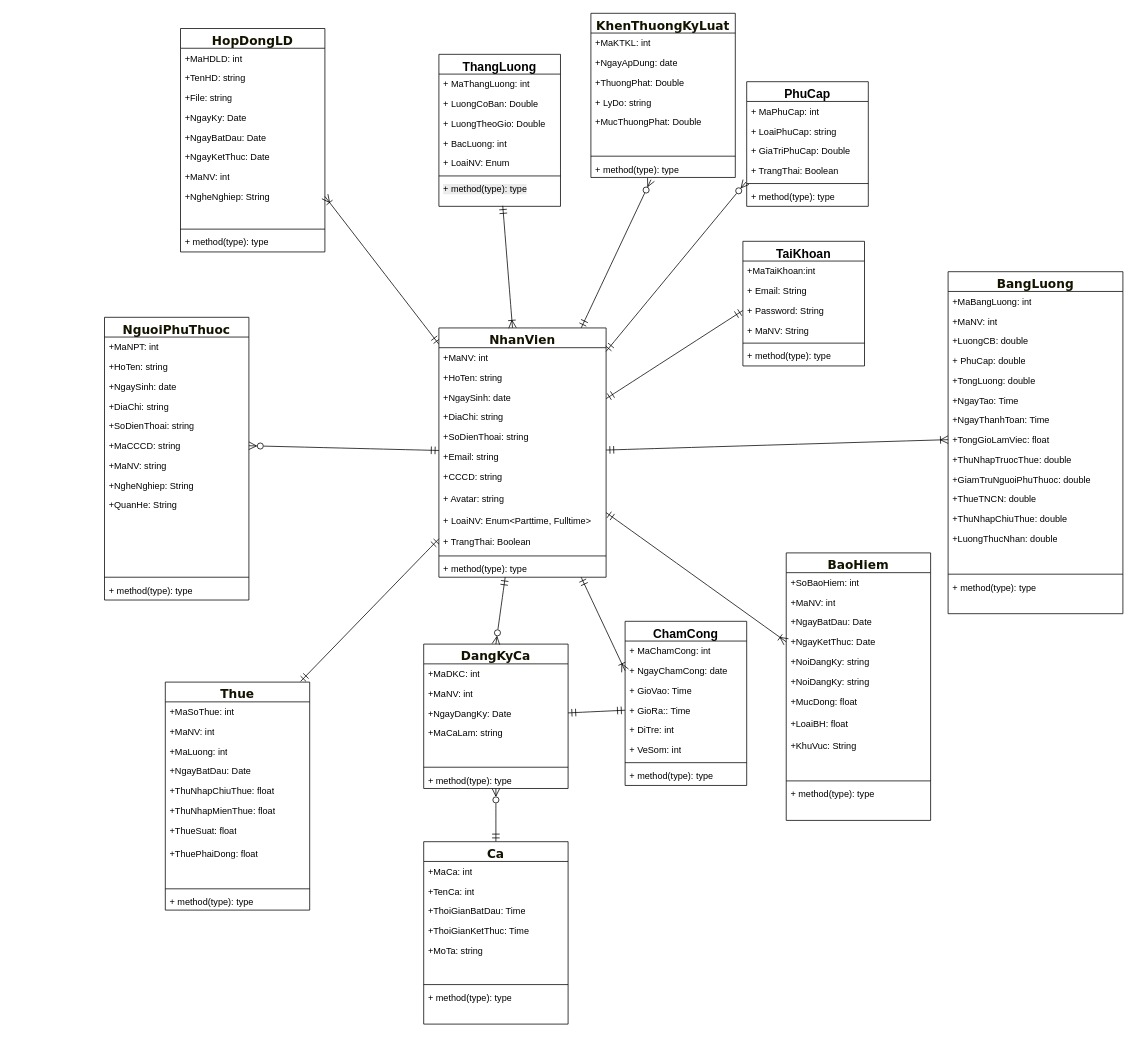
Above: Biểu đồ không có tiêu đề.drawio in NguyenMint/LVTN (draw.io), before the change. Source tidied: cells renumbered, new cells numbered last; positions are measured from the earlier drawing's top-left corner, leaving out a move shared by most shapes. Both pictures are drawn from the tidied source at 76%, with x=0, y=0 at pixel (104, 13).
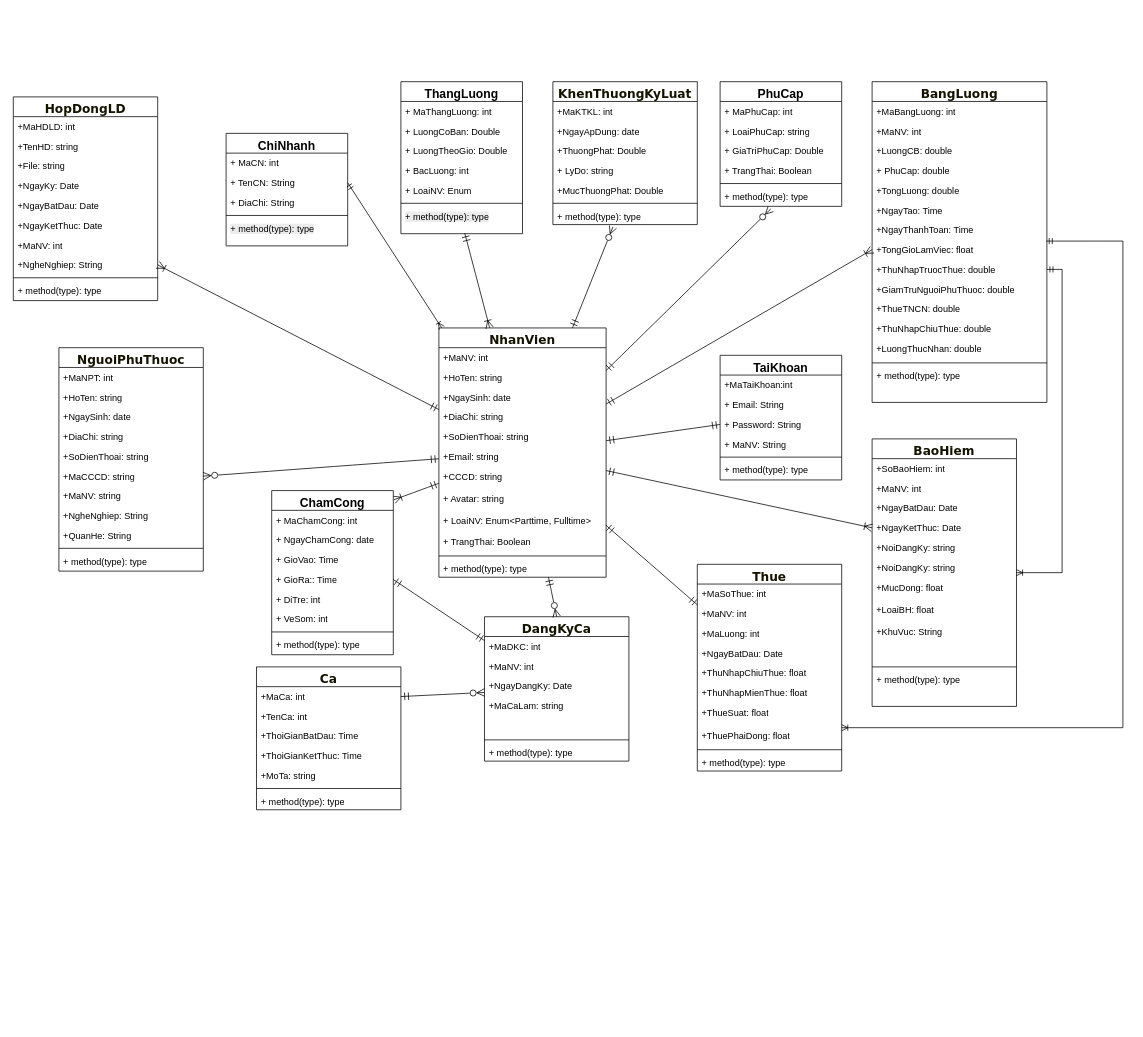
The same page after the edit.

Commit message:
Cập nhật Biểu đồ không có tiêu đề.drawio

Unchanged cells that the change refers to:
```xml
<mxCell id="7" value="&lt;span style=&quot;color: rgb(19, 19, 0); font-family: &amp;quot;trebuchet ms&amp;quot;, verdana, arial, sans-serif; font-size: 16px; text-wrap-mode: nowrap;&quot;&gt;NhanVien&lt;/span&gt;" style="swimlane;fontStyle=1;align=center;verticalAlign=top;horizontal=1;startSize=26;whiteSpace=wrap;html=1;swimlaneLine=1;" parent="1" vertex="1">
  <mxGeometry x="440" y="414" width="220" height="328" as="geometry" />
</mxCell>
<mxCell id="60" value="+ TrangThai: Boolean" style="text;strokeColor=none;fillColor=none;align=left;verticalAlign=top;spacingLeft=4;spacingRight=4;overflow=hidden;points=[[0,0.5],[1,0.5]];portConstraint=eastwest;whiteSpace=wrap;html=1;" parent="56" vertex="1">
  <mxGeometry y="104" width="160" height="26" as="geometry" />
</mxCell>
<mxCell id="62" value="+ method(type): type" style="text;strokeColor=none;fillColor=none;align=left;verticalAlign=top;spacingLeft=4;spacingRight=4;overflow=hidden;points=[[0,0.5],[1,0.5]];portConstraint=eastwest;whiteSpace=wrap;html=1;" parent="56" vertex="1">
  <mxGeometry y="138" width="160" height="26" as="geometry" />
</mxCell>
<mxCell id="108" value="+MaCa: int" style="text;strokeColor=none;fillColor=none;align=left;verticalAlign=top;spacingLeft=4;spacingRight=4;overflow=hidden;points=[[0,0.5],[1,0.5]];portConstraint=eastwest;whiteSpace=wrap;html=1;" parent="107" vertex="1">
  <mxGeometry y="26" width="190" height="26" as="geometry" />
</mxCell>
<mxCell id="125" value="+TongGioLamViec: float" style="text;strokeColor=none;fillColor=none;align=left;verticalAlign=top;spacingLeft=4;spacingRight=4;overflow=hidden;points=[[0,0.5],[1,0.5]];portConstraint=eastwest;whiteSpace=wrap;html=1;" parent="117" vertex="1">
  <mxGeometry y="208" width="230" height="26" as="geometry" />
</mxCell>
<mxCell id="126" value="+ThuNhapTruocThue: double" style="text;strokeColor=none;fillColor=none;align=left;verticalAlign=top;spacingLeft=4;spacingRight=4;overflow=hidden;points=[[0,0.5],[1,0.5]];portConstraint=eastwest;whiteSpace=wrap;html=1;" parent="117" vertex="1">
  <mxGeometry y="234" width="230" height="26" as="geometry" />
</mxCell>
<mxCell id="137" value="+ NgayChamCong: date&lt;div&gt;&lt;br&gt;&lt;/div&gt;" style="text;strokeColor=none;fillColor=none;align=left;verticalAlign=top;spacingLeft=4;spacingRight=4;overflow=hidden;points=[[0,0.5],[1,0.5]];portConstraint=eastwest;whiteSpace=wrap;html=1;" parent="135" vertex="1">
  <mxGeometry y="52" width="160" height="26" as="geometry" />
</mxCell>
<mxCell id="139" value="+ GioRa:: Time&lt;div&gt;&lt;br&gt;&lt;/div&gt;" style="text;strokeColor=none;fillColor=none;align=left;verticalAlign=top;spacingLeft=4;spacingRight=4;overflow=hidden;points=[[0,0.5],[1,0.5]];portConstraint=eastwest;whiteSpace=wrap;html=1;" parent="135" vertex="1">
  <mxGeometry y="104" width="160" height="26" as="geometry" />
</mxCell>
```

The edit, as a diff of the source:
```diff
@@
-    <mxCell id="5" style="edgeStyle=none;curved=1;rounded=0;jettySize=auto;html=1;entryX=0;entryY=0.5;entryDx=0;entryDy=0;fontSize=12;startSize=8;endSize=8;endArrow=ERoneToMany;endFill=0;startArrow=ERmandOne;startFill=0;" parent="1" edge="1" source="7" target="137">
+    <mxCell id="5" style="edgeStyle=none;curved=1;rounded=0;jettySize=auto;html=1;entryX=1.005;entryY=0.056;entryDx=0;entryDy=0;fontSize=12;startSize=8;endSize=8;endArrow=ERoneToMany;endFill=0;startArrow=ERmandOne;startFill=0;entryPerimeter=0;" parent="1" edge="1" source="7" target="135">
       <mxGeometry relative="1" as="geometry" />
     </mxCell>
@@
     <mxCell id="20" value="&lt;span style=&quot;color: rgb(19, 19, 0); font-family: &amp;quot;trebuchet ms&amp;quot;, verdana, arial, sans-serif; font-size: 16px; text-wrap-mode: nowrap;&quot;&gt;NguoiPhuThuoc&lt;/span&gt;" style="swimlane;fontStyle=1;align=center;verticalAlign=top;horizontal=1;startSize=26;whiteSpace=wrap;html=1;" parent="1" vertex="1">
-      <mxGeometry y="400" width="190" height="372" as="geometry" />
+      <mxGeometry x="-60" y="440" width="190" height="294" as="geometry" />
     </mxCell>
@@
-    <mxCell id="30" style="text;strokeColor=none;fillColor=none;align=left;verticalAlign=top;spacingLeft=4;spacingRight=4;overflow=hidden;whiteSpace=wrap;html=1;" parent="20" vertex="1">
-      <mxGeometry y="260" width="190" height="26" as="geometry" />
-    </mxCell>
-    <mxCell id="31" style="text;strokeColor=none;fillColor=none;align=left;verticalAlign=top;spacingLeft=4;spacingRight=4;overflow=hidden;whiteSpace=wrap;html=1;" parent="20" vertex="1">
-      <mxGeometry y="286" width="190" height="26" as="geometry" />
-    </mxCell>
-    <mxCell id="32" style="text;strokeColor=none;fillColor=none;align=left;verticalAlign=top;spacingLeft=4;spacingRight=4;overflow=hidden;whiteSpace=wrap;html=1;" parent="20" vertex="1">
-      <mxGeometry y="312" width="190" height="26" as="geometry" />
-    </mxCell>
     <mxCell id="33" style="line;strokeWidth=1;fillColor=none;align=left;verticalAlign=middle;spacingTop=-1;spacingLeft=3;spacingRight=3;labelPosition=right;strokeColor=inherit;" parent="20" vertex="1">
-      <mxGeometry y="338" width="190" height="8" as="geometry" />
+      <mxGeometry y="260" width="190" height="8" as="geometry" />
     </mxCell>
     <mxCell id="34" value="+ method(type): type" style="text;strokeColor=none;fillColor=none;align=left;verticalAlign=top;spacingLeft=4;spacingRight=4;overflow=hidden;whiteSpace=wrap;html=1;" parent="20" vertex="1">
-      <mxGeometry y="346" width="190" height="26" as="geometry" />
+      <mxGeometry y="268" width="190" height="26" as="geometry" />
     </mxCell>
     <mxCell id="35" value="&lt;span style=&quot;color: rgb(19, 19, 0); font-family: &amp;quot;trebuchet ms&amp;quot;, verdana, arial, sans-serif; font-size: 16px; text-wrap-mode: nowrap;&quot;&gt;HopDongLD&lt;/span&gt;" style="swimlane;fontStyle=1;align=center;verticalAlign=top;horizontal=1;startSize=26;whiteSpace=wrap;html=1;" parent="1" vertex="1">
-      <mxGeometry x="100" y="20" width="190" height="294" as="geometry" />
+      <mxGeometry x="-120" y="110" width="190" height="268" as="geometry" />
     </mxCell>
@@
-    <mxCell id="44" style="text;strokeColor=none;fillColor=none;align=left;verticalAlign=top;spacingLeft=4;spacingRight=4;overflow=hidden;whiteSpace=wrap;html=1;" parent="35" vertex="1">
-      <mxGeometry y="234" width="190" height="26" as="geometry" />
-    </mxCell>
     <mxCell id="45" style="line;strokeWidth=1;fillColor=none;align=left;verticalAlign=middle;spacingTop=-1;spacingLeft=3;spacingRight=3;labelPosition=right;strokeColor=inherit;" parent="35" vertex="1">
-      <mxGeometry y="260" width="190" height="8" as="geometry" />
+      <mxGeometry y="234" width="190" height="8" as="geometry" />
     </mxCell>
     <mxCell id="46" value="+ method(type): type" style="text;strokeColor=none;fillColor=none;align=left;verticalAlign=top;spacingLeft=4;spacingRight=4;overflow=hidden;whiteSpace=wrap;html=1;" parent="35" vertex="1">
-      <mxGeometry y="268" width="190" height="26" as="geometry" />
+      <mxGeometry y="242" width="190" height="26" as="geometry" />
     </mxCell>
     <mxCell id="47" value="&lt;font face=&quot;trebuchet ms, verdana, arial, sans-serif&quot; color=&quot;#131300&quot;&gt;&lt;span style=&quot;font-size: 16px; text-wrap-mode: nowrap;&quot;&gt;KhenThuongKyLuat&lt;/span&gt;&lt;/font&gt;" style="swimlane;fontStyle=1;align=center;verticalAlign=top;horizontal=1;startSize=26;whiteSpace=wrap;html=1;" parent="1" vertex="1">
-      <mxGeometry x="640" width="190" height="216" as="geometry" />
+      <mxGeometry x="590" y="90" width="190" height="188" as="geometry" />
     </mxCell>
@@
-    <mxCell id="53" style="text;strokeColor=none;fillColor=none;align=left;verticalAlign=top;spacingLeft=4;spacingRight=4;overflow=hidden;whiteSpace=wrap;html=1;" parent="47" vertex="1">
-      <mxGeometry y="156" width="190" height="28" as="geometry" />
-    </mxCell>
     <mxCell id="54" style="line;strokeWidth=1;fillColor=none;align=left;verticalAlign=middle;spacingTop=-1;spacingLeft=3;spacingRight=3;labelPosition=right;strokeColor=inherit;" parent="47" vertex="1">
-      <mxGeometry y="184" width="190" height="8" as="geometry" />
+      <mxGeometry y="156" width="190" height="8" as="geometry" />
     </mxCell>
     <mxCell id="55" value="+ method(type): type" style="text;strokeColor=none;fillColor=none;align=left;verticalAlign=top;spacingLeft=4;spacingRight=4;overflow=hidden;points=[[0,0.5],[1,0.5]];portConstraint=eastwest;whiteSpace=wrap;html=1;" parent="47" vertex="1">
-      <mxGeometry y="192" width="190" height="24" as="geometry" />
+      <mxGeometry y="164" width="190" height="24" as="geometry" />
     </mxCell>
     <mxCell id="56" value="&lt;font style=&quot;font-size: 16px;&quot;&gt;PhuCap&lt;/font&gt;" style="swimlane;fontStyle=1;align=center;verticalAlign=top;horizontal=1;startSize=26;whiteSpace=wrap;html=1;" parent="1" vertex="1">
-      <mxGeometry x="845" y="90" width="160" height="164" as="geometry" />
+      <mxGeometry x="810" y="90" width="160" height="164" as="geometry" />
     </mxCell>
@@
     <mxCell id="63" value="&lt;font style=&quot;font-size: 16px;&quot;&gt;ThangLuong&lt;/font&gt;" style="swimlane;fontStyle=1;align=center;verticalAlign=top;horizontal=1;startSize=26;whiteSpace=wrap;html=1;" parent="1" vertex="1">
-      <mxGeometry x="440" y="54" width="160" height="200" as="geometry" />
+      <mxGeometry x="390" y="90" width="160" height="200" as="geometry" />
     </mxCell>
@@
     <mxCell id="71" value="&lt;span style=&quot;color: rgb(19, 19, 0); font-family: &amp;quot;trebuchet ms&amp;quot;, verdana, arial, sans-serif; font-size: 16px; text-wrap-mode: nowrap;&quot;&gt;Thue&lt;/span&gt;" style="swimlane;fontStyle=1;align=center;verticalAlign=top;horizontal=1;startSize=26;whiteSpace=wrap;html=1;" parent="1" vertex="1">
-      <mxGeometry x="80" y="880" width="190" height="300" as="geometry" />
+      <mxGeometry x="780" y="725" width="190" height="272" as="geometry" />
     </mxCell>
@@
-    <mxCell id="80" style="text;strokeColor=none;fillColor=none;align=left;verticalAlign=top;spacingLeft=4;spacingRight=4;overflow=hidden;whiteSpace=wrap;html=1;" parent="71" vertex="1">
-      <mxGeometry y="240" width="190" height="28" as="geometry" />
-    </mxCell>
     <mxCell id="81" style="line;strokeWidth=1;fillColor=none;align=left;verticalAlign=middle;spacingTop=-1;spacingLeft=3;spacingRight=3;labelPosition=right;strokeColor=inherit;" parent="71" vertex="1">
-      <mxGeometry y="268" width="190" height="8" as="geometry" />
+      <mxGeometry y="240" width="190" height="8" as="geometry" />
     </mxCell>
     <mxCell id="82" value="+ method(type): type" style="text;strokeColor=none;fillColor=none;align=left;verticalAlign=top;spacingLeft=4;spacingRight=4;overflow=hidden;whiteSpace=wrap;html=1;" parent="71" vertex="1">
-      <mxGeometry y="276" width="190" height="24" as="geometry" />
+      <mxGeometry y="248" width="190" height="24" as="geometry" />
     </mxCell>
+    <mxCell id="157" style="edgeStyle=orthogonalEdgeStyle;rounded=0;jettySize=auto;html=1;entryX=1;entryY=0.5;entryDx=0;entryDy=0;endArrow=ERmandOne;endFill=0;startArrow=ERoneToMany;startFill=0;" parent="1" edge="1" source="83" target="126">
+      <mxGeometry relative="1" as="geometry">
+        <Array as="points">
+          <mxPoint x="1260" y="736" />
+          <mxPoint x="1260" y="337" />
+        </Array>
+      </mxGeometry>
+    </mxCell>
     <mxCell id="83" value="&lt;span style=&quot;color: rgb(19, 19, 0); font-family: &amp;quot;trebuchet ms&amp;quot;, verdana, arial, sans-serif; font-size: 16px; text-wrap-mode: nowrap;&quot;&gt;BaoHiem&lt;/span&gt;" style="swimlane;fontStyle=1;align=center;verticalAlign=top;horizontal=1;startSize=26;whiteSpace=wrap;html=1;" parent="1" vertex="1">
-      <mxGeometry x="897" y="710" width="190" height="352" as="geometry" />
+      <mxGeometry x="1010" y="560" width="190" height="352" as="geometry" />
     </mxCell>
@@
-    <mxCell id="97" style="edgeStyle=none;curved=1;rounded=0;jettySize=auto;html=1;entryX=0.5;entryY=0;entryDx=0;entryDy=0;fontSize=12;startSize=8;endSize=8;endArrow=ERmandOne;endFill=0;startArrow=ERzeroToMany;startFill=0;" parent="1" edge="1" source="99" target="107">
+    <mxCell id="97" style="edgeStyle=none;curved=1;rounded=0;jettySize=auto;html=1;entryX=1;entryY=0.5;entryDx=0;entryDy=0;fontSize=12;startSize=8;endSize=8;endArrow=ERmandOne;endFill=0;startArrow=ERzeroToMany;startFill=0;" parent="1" edge="1" source="99" target="108">
       <mxGeometry relative="1" as="geometry" />
     </mxCell>
-    <mxCell id="98" style="edgeStyle=none;curved=1;rounded=0;jettySize=auto;html=1;entryX=0;entryY=0.5;entryDx=0;entryDy=0;fontSize=12;startSize=8;endSize=8;endArrow=ERmandOne;endFill=0;startArrow=ERmandOne;startFill=0;" parent="1" edge="1" source="99" target="139">
+    <mxCell id="98" style="edgeStyle=none;curved=1;rounded=0;jettySize=auto;html=1;entryX=1;entryY=0.5;entryDx=0;entryDy=0;fontSize=12;startSize=8;endSize=8;endArrow=ERmandOne;endFill=0;startArrow=ERmandOne;startFill=0;" parent="1" edge="1" source="99" target="139">
       <mxGeometry relative="1" as="geometry" />
     </mxCell>
     <mxCell id="99" value="&lt;span style=&quot;color: rgb(19, 19, 0); font-family: &amp;quot;trebuchet ms&amp;quot;, verdana, arial, sans-serif; font-size: 16px; text-wrap-mode: nowrap;&quot;&gt;DangKyCa&lt;/span&gt;&lt;div&gt;&lt;span style=&quot;color: rgb(19, 19, 0); font-family: &amp;quot;trebuchet ms&amp;quot;, verdana, arial, sans-serif; font-size: 16px; text-wrap-mode: nowrap;&quot;&gt;&lt;br&gt;&lt;/span&gt;&lt;/div&gt;" style="swimlane;fontStyle=1;align=center;verticalAlign=top;horizontal=1;startSize=26;whiteSpace=wrap;html=1;" parent="1" vertex="1">
-      <mxGeometry x="420" y="830" width="190" height="190" as="geometry" />
+      <mxGeometry x="500" y="794" width="190" height="190" as="geometry" />
     </mxCell>
@@
     <mxCell id="107" value="&lt;div&gt;&lt;span style=&quot;color: rgb(19, 19, 0); font-family: &amp;quot;trebuchet ms&amp;quot;, verdana, arial, sans-serif; font-size: 16px; text-wrap-mode: nowrap;&quot;&gt;Ca&lt;/span&gt;&lt;/div&gt;" style="swimlane;fontStyle=1;align=center;verticalAlign=top;horizontal=1;startSize=26;whiteSpace=wrap;html=1;" parent="1" vertex="1">
-      <mxGeometry x="420" y="1090" width="190" height="240" as="geometry" />
+      <mxGeometry x="200" y="860" width="190" height="188" as="geometry" />
     </mxCell>
@@
-    <mxCell id="113" style="text;strokeColor=none;fillColor=none;align=left;verticalAlign=top;spacingLeft=4;spacingRight=4;overflow=hidden;whiteSpace=wrap;html=1;" parent="107" vertex="1">
-      <mxGeometry y="156" width="190" height="28" as="geometry" />
-    </mxCell>
     <mxCell id="114" style="line;strokeWidth=1;fillColor=none;align=left;verticalAlign=middle;spacingTop=-1;spacingLeft=3;spacingRight=3;labelPosition=right;strokeColor=inherit;" parent="107" vertex="1">
-      <mxGeometry y="184" width="190" height="8" as="geometry" />
+      <mxGeometry y="156" width="190" height="8" as="geometry" />
     </mxCell>
     <mxCell id="115" value="+ method(type): type" style="text;strokeColor=none;fillColor=none;align=left;verticalAlign=top;spacingLeft=4;spacingRight=4;overflow=hidden;whiteSpace=wrap;html=1;" parent="107" vertex="1">
-      <mxGeometry y="192" width="190" height="24" as="geometry" />
+      <mxGeometry y="164" width="190" height="24" as="geometry" />
     </mxCell>
-    <mxCell id="116" style="text;strokeColor=none;fillColor=none;align=left;verticalAlign=top;spacingLeft=4;spacingRight=4;overflow=hidden;whiteSpace=wrap;html=1;" parent="107" vertex="1">
-      <mxGeometry y="216" width="190" height="24" as="geometry" />
-    </mxCell>
     <mxCell id="117" value="&lt;div&gt;&lt;span style=&quot;color: rgb(19, 19, 0); font-family: &amp;quot;trebuchet ms&amp;quot;, verdana, arial, sans-serif; font-size: 16px; text-wrap-mode: nowrap;&quot;&gt;BangLuong&lt;/span&gt;&lt;/div&gt;&lt;div&gt;&lt;span style=&quot;color: rgb(19, 19, 0); font-family: &amp;quot;trebuchet ms&amp;quot;, verdana, arial, sans-serif; font-size: 16px; text-wrap-mode: nowrap;&quot;&gt;&lt;br&gt;&lt;/span&gt;&lt;/div&gt;" style="swimlane;fontStyle=1;align=center;verticalAlign=top;horizontal=1;startSize=26;whiteSpace=wrap;html=1;" parent="1" vertex="1">
-      <mxGeometry x="1110" y="340" width="230" height="450" as="geometry" />
+      <mxGeometry x="1010" y="90" width="230" height="422" as="geometry" />
     </mxCell>
@@
-    <mxCell id="131" style="text;strokeColor=none;fillColor=none;align=left;verticalAlign=top;spacingLeft=4;spacingRight=4;overflow=hidden;whiteSpace=wrap;html=1;" parent="117" vertex="1">
-      <mxGeometry y="366" width="230" height="28" as="geometry" />
-    </mxCell>
     <mxCell id="132" style="line;strokeWidth=1;fillColor=none;align=left;verticalAlign=middle;spacingTop=-1;spacingLeft=3;spacingRight=3;labelPosition=right;strokeColor=inherit;" parent="117" vertex="1">
-      <mxGeometry y="394" width="230" height="8" as="geometry" />
+      <mxGeometry y="366" width="230" height="8" as="geometry" />
     </mxCell>
     <mxCell id="133" value="+ method(type): type" style="text;strokeColor=none;fillColor=none;align=left;verticalAlign=top;spacingLeft=4;spacingRight=4;overflow=hidden;whiteSpace=wrap;html=1;" parent="117" vertex="1">
-      <mxGeometry y="402" width="230" height="24" as="geometry" />
+      <mxGeometry y="374" width="230" height="24" as="geometry" />
     </mxCell>
     <mxCell id="134" style="text;strokeColor=none;fillColor=none;align=left;verticalAlign=top;spacingLeft=4;spacingRight=4;overflow=hidden;whiteSpace=wrap;html=1;" parent="117" vertex="1">
-      <mxGeometry y="426" width="230" height="24" as="geometry" />
+      <mxGeometry y="398" width="230" height="24" as="geometry" />
     </mxCell>
     <mxCell id="135" value="&lt;font style=&quot;font-size: 16px;&quot;&gt;ChamCong&lt;/font&gt;" style="swimlane;fontStyle=1;align=center;verticalAlign=top;horizontal=1;startSize=26;whiteSpace=wrap;html=1;" parent="1" vertex="1">
-      <mxGeometry x="685" y="800" width="160" height="216" as="geometry" />
+      <mxGeometry x="220" y="628" width="160" height="216" as="geometry" />
     </mxCell>
@@
     <mxCell id="144" value="&lt;font style=&quot;font-size: 16px;&quot;&gt;TaiKhoan&lt;/font&gt;" style="swimlane;fontStyle=1;align=center;verticalAlign=top;horizontal=1;startSize=26;whiteSpace=wrap;html=1;" parent="1" vertex="1">
-      <mxGeometry x="840" y="300" width="160" height="164" as="geometry" />
+      <mxGeometry x="810" y="450" width="160" height="164" as="geometry" />
     </mxCell>
@@
-    <mxCell id="153" style="edgeStyle=none;curved=1;rounded=0;jettySize=auto;html=1;entryX=-0.006;entryY=1.077;entryDx=0;entryDy=0;entryPerimeter=0;fontSize=12;startSize=8;endSize=8;endArrow=ERzeroToMany;endFill=0;startArrow=ERmandOne;startFill=0;" parent="1" edge="1" source="7" target="60">
+    <mxCell id="153" style="edgeStyle=none;curved=1;rounded=0;jettySize=auto;html=1;entryX=0.417;entryY=1.129;entryDx=0;entryDy=0;entryPerimeter=0;fontSize=12;startSize=8;endSize=8;endArrow=ERzeroToMany;endFill=0;startArrow=ERmandOne;startFill=0;" parent="1" edge="1" source="7" target="62">
       <mxGeometry relative="1" as="geometry" />
     </mxCell>
@@
-    <mxCell id="156" style="edgeStyle=none;curved=1;rounded=0;jettySize=auto;html=1;entryX=0.937;entryY=-0.003;entryDx=0;entryDy=0;entryPerimeter=0;fontSize=12;startSize=8;endSize=8;endArrow=ERmandOne;endFill=0;startArrow=ERmandOne;startFill=0;" parent="1" edge="1" source="7" target="71">
+    <mxCell id="156" style="edgeStyle=none;curved=1;rounded=0;jettySize=auto;html=1;fontSize=12;startSize=8;endSize=8;endArrow=ERmandOne;endFill=0;startArrow=ERmandOne;startFill=0;" parent="1" edge="1" source="7" target="71">
       <mxGeometry relative="1" as="geometry" />
     </mxCell>
+    <mxCell id="158" value="&lt;font style=&quot;font-size: 16px;&quot;&gt;ChiNhanh&lt;/font&gt;" style="swimlane;fontStyle=1;align=center;verticalAlign=top;horizontal=1;startSize=26;whiteSpace=wrap;html=1;" parent="1" vertex="1">
+      <mxGeometry x="160" y="158" width="160" height="148" as="geometry" />
+    </mxCell>
+    <mxCell id="159" value="+ MaCN: int&amp;nbsp;&lt;div&gt;&lt;br&gt;&lt;/div&gt;" style="text;strokeColor=none;fillColor=none;align=left;verticalAlign=top;spacingLeft=4;spacingRight=4;overflow=hidden;whiteSpace=wrap;html=1;" parent="158" vertex="1">
+      <mxGeometry y="26" width="160" height="26" as="geometry" />
+    </mxCell>
+    <mxCell id="160" value="+ TenCN: String&lt;div&gt;&lt;br&gt;&lt;/div&gt;" style="text;strokeColor=none;fillColor=none;align=left;verticalAlign=top;spacingLeft=4;spacingRight=4;overflow=hidden;points=[[0,0.5],[1,0.5]];portConstraint=eastwest;whiteSpace=wrap;html=1;" parent="158" vertex="1">
+      <mxGeometry y="52" width="160" height="26" as="geometry" />
+    </mxCell>
+    <mxCell id="161" value="+ DiaChi: String&lt;div&gt;&lt;br&gt;&lt;div&gt;&lt;br&gt;&lt;/div&gt;&lt;/div&gt;" style="text;strokeColor=none;fillColor=none;align=left;verticalAlign=top;spacingLeft=4;spacingRight=4;overflow=hidden;whiteSpace=wrap;html=1;" parent="158" vertex="1">
+      <mxGeometry y="78" width="160" height="26" as="geometry" />
+    </mxCell>
+    <mxCell id="162" style="line;strokeWidth=1;fillColor=none;align=left;verticalAlign=middle;spacingTop=-1;spacingLeft=3;spacingRight=3;labelPosition=right;strokeColor=inherit;" parent="158" vertex="1">
+      <mxGeometry y="104" width="160" height="8" as="geometry" />
+    </mxCell>
+    <mxCell id="163" value="&lt;span style=&quot;color: rgb(0, 0, 0); font-family: Helvetica; font-size: 12px; font-style: normal; font-variant-ligatures: normal; font-variant-caps: normal; font-weight: 400; letter-spacing: normal; orphans: 2; text-align: left; text-indent: 0px; text-transform: none; widows: 2; word-spacing: 0px; -webkit-text-stroke-width: 0px; white-space: normal; background-color: rgb(236, 236, 236); text-decoration-thickness: initial; text-decoration-style: initial; text-decoration-color: initial; float: none; display: inline !important;&quot;&gt;+ method(type): type&lt;/span&gt;" style="text;strokeColor=none;fillColor=none;align=left;verticalAlign=top;spacingLeft=4;spacingRight=4;overflow=hidden;whiteSpace=wrap;html=1;" parent="158" vertex="1">
+      <mxGeometry y="112" width="160" height="36" as="geometry" />
+    </mxCell>
+    <mxCell id="164" style="rounded=0;jettySize=auto;html=1;entryX=1;entryY=0.5;entryDx=0;entryDy=0;endArrow=ERmandOne;endFill=0;startArrow=ERoneToMany;startFill=0;" parent="1" edge="1" source="7" target="160">
+      <mxGeometry relative="1" as="geometry" />
+    </mxCell>
+    <mxCell id="165" style="edgeStyle=orthogonalEdgeStyle;rounded=0;jettySize=auto;html=1;entryX=0.996;entryY=0.066;entryDx=0;entryDy=0;entryPerimeter=0;endArrow=ERmandOne;endFill=0;startArrow=ERoneToMany;startFill=0;" parent="1" edge="1" source="71" target="125">
+      <mxGeometry relative="1" as="geometry">
+        <Array as="points">
+          <mxPoint x="1340" y="940" />
+          <mxPoint x="1340" y="300" />
+        </Array>
+      </mxGeometry>
+    </mxCell>
```
